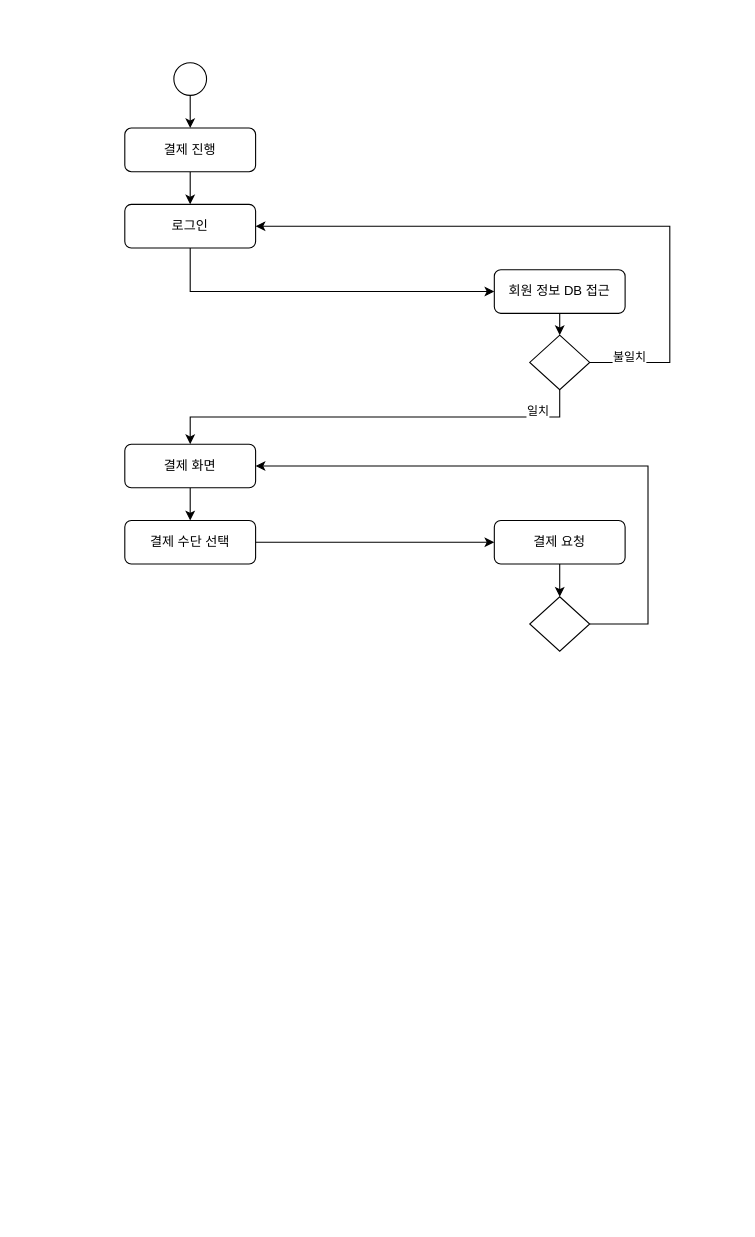
Before: 활동다이어그램-결제.drawio in VegetableKim/-, a draw.io diagram. Source tidied: cells renumbered, new cells numbered last; positions are measured from the earlier drawing's top-left corner, leaving out a move shared by most shapes. Both pictures are drawn from the tidied source at 109%, with x=0, y=0 at pixel (124, 62).
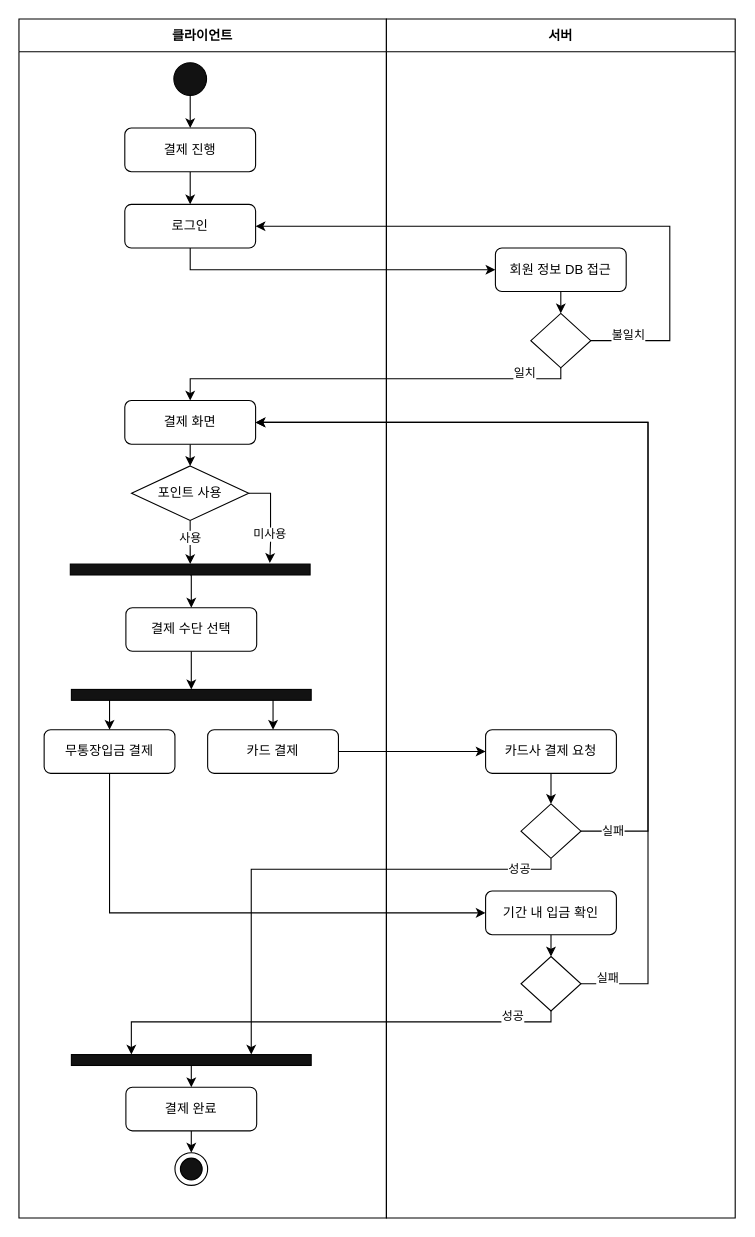
Above is the later version.

Commit message:
활동다이어그램-결제.drawio 업데이트

The change refers to these unchanged cells:
```xml
<mxCell id="7" value="로그인" style="rounded=1;whiteSpace=wrap;html=1;" parent="1" vertex="1">
  <mxGeometry y="130" width="120" height="40" as="geometry" />
</mxCell>
```

Diff of the diagram source:
```diff
@@
-    <mxCell id="3" style="ellipse;whiteSpace=wrap;html=1;" parent="1" vertex="1">
+    <mxCell id="3" style="ellipse;whiteSpace=wrap;html=1;fillColor=#121212;" parent="1" vertex="1">
       <mxGeometry x="45" width="30" height="30" as="geometry" />
     </mxCell>
@@
     <mxCell id="9" value="회원 정보 DB 접근" style="rounded=1;whiteSpace=wrap;html=1;" parent="1" vertex="1">
-      <mxGeometry x="339" y="190" width="120" height="40" as="geometry" />
+      <mxGeometry x="340" y="170" width="120" height="40" as="geometry" />
     </mxCell>
     <mxCell id="10" value="불일치" style="edgeStyle=orthogonalEdgeStyle;rounded=0;jettySize=auto;html=1;exitX=1;exitY=0.5;exitDx=0;exitDy=0;entryX=1;entryY=0.5;entryDx=0;entryDy=0;" parent="1" edge="1" source="12" target="7">
       <mxGeometry x="-0.88" y="5" relative="1" as="geometry">
         <Array as="points">
-          <mxPoint x="500" y="275" />
+          <mxPoint x="500" y="255" />
           <mxPoint x="500" y="150" />
         </Array>
         <mxPoint x="1" as="offset" />
       </mxGeometry>
     </mxCell>
     <mxCell id="11" value="일치" style="edgeStyle=orthogonalEdgeStyle;rounded=0;jettySize=auto;html=1;exitX=0.5;exitY=1;exitDx=0;exitDy=0;entryX=0.5;entryY=0;entryDx=0;entryDy=0;" parent="1" edge="1" source="12" target="14">
-      <mxGeometry x="-0.77" y="-5" relative="1" as="geometry" />
+      <mxGeometry x="-0.77" y="-5" relative="1" as="geometry">
+        <Array as="points">
+          <mxPoint x="400" y="290" />
+          <mxPoint x="60" y="290" />
+        </Array>
+      </mxGeometry>
     </mxCell>
     <mxCell id="12" style="rhombus;whiteSpace=wrap;html=1;" parent="1" vertex="1">
-      <mxGeometry x="371.5" y="250" width="55" height="50" as="geometry" />
+      <mxGeometry x="372.5" y="230" width="55" height="50" as="geometry" />
     </mxCell>
-    <mxCell id="13" style="edgeStyle=orthogonalEdgeStyle;rounded=0;jettySize=auto;html=1;exitX=0.5;exitY=1;exitDx=0;exitDy=0;entryX=0.5;entryY=0;entryDx=0;entryDy=0;" parent="1" edge="1" source="14" target="16">
-      <mxGeometry relative="1" as="geometry" />
-    </mxCell>
+    <mxCell id="21" style="edgeStyle=orthogonalEdgeStyle;rounded=0;jettySize=auto;html=1;exitX=0.5;exitY=1;exitDx=0;exitDy=0;entryX=0.5;entryY=0;entryDx=0;entryDy=0;" parent="1" edge="1" source="14" target="46">
+      <mxGeometry relative="1" as="geometry" />
+    </mxCell>
     <mxCell id="14" value="결제 화면" style="rounded=1;whiteSpace=wrap;html=1;" parent="1" vertex="1">
-      <mxGeometry y="350" width="120" height="40" as="geometry" />
+      <mxGeometry y="310" width="120" height="40" as="geometry" />
     </mxCell>
-    <mxCell id="15" style="edgeStyle=orthogonalEdgeStyle;rounded=0;jettySize=auto;html=1;exitX=1;exitY=0.5;exitDx=0;exitDy=0;entryX=0;entryY=0.5;entryDx=0;entryDy=0;" parent="1" edge="1" source="16" target="18">
-      <mxGeometry relative="1" as="geometry" />
-    </mxCell>
+    <mxCell id="22" style="edgeStyle=orthogonalEdgeStyle;rounded=0;jettySize=auto;html=1;exitX=0.5;exitY=1;exitDx=0;exitDy=0;entryX=0.5;entryY=0;entryDx=0;entryDy=0;" parent="1" edge="1" source="16" target="33">
+      <mxGeometry relative="1" as="geometry" />
+    </mxCell>
     <mxCell id="16" value="결제 수단 선택" style="rounded=1;whiteSpace=wrap;html=1;" parent="1" vertex="1">
-      <mxGeometry y="420" width="120" height="40" as="geometry" />
+      <mxGeometry x="1" y="500" width="120" height="40" as="geometry" />
     </mxCell>
-    <mxCell id="17" style="edgeStyle=orthogonalEdgeStyle;rounded=0;jettySize=auto;html=1;exitX=0.5;exitY=1;exitDx=0;exitDy=0;entryX=0.5;entryY=0;entryDx=0;entryDy=0;" parent="1" edge="1" source="18" target="20">
-      <mxGeometry relative="1" as="geometry" />
-    </mxCell>
+    <mxCell id="23" style="edgeStyle=orthogonalEdgeStyle;rounded=0;jettySize=auto;html=1;exitX=0.5;exitY=1;exitDx=0;exitDy=0;entryX=0.5;entryY=0;entryDx=0;entryDy=0;" parent="1" edge="1" source="18" target="30">
+      <mxGeometry relative="1" as="geometry" />
+    </mxCell>
-    <mxCell id="18" value="결제 요청" style="rounded=1;whiteSpace=wrap;html=1;" parent="1" vertex="1">
-      <mxGeometry x="339" y="420" width="120" height="40" as="geometry" />
+    <mxCell id="18" value="카드사 결제 요청" style="rounded=1;whiteSpace=wrap;html=1;" parent="1" vertex="1">
+      <mxGeometry x="331" y="612" width="120" height="40" as="geometry" />
     </mxCell>
-    <mxCell id="19" style="edgeStyle=orthogonalEdgeStyle;rounded=0;jettySize=auto;html=1;exitX=1;exitY=0.5;exitDx=0;exitDy=0;entryX=1;entryY=0.5;entryDx=0;entryDy=0;" parent="1" edge="1" source="20" target="14">
-      <mxGeometry relative="1" as="geometry">
-        <Array as="points">
-          <mxPoint x="480" y="515" />
-          <mxPoint x="480" y="370" />
-        </Array>
-      </mxGeometry>
-    </mxCell>
-    <mxCell id="20" style="rhombus;whiteSpace=wrap;html=1;" parent="1" vertex="1">
-      <mxGeometry x="371.5" y="490" width="55" height="50" as="geometry" />
-    </mxCell>
+    <mxCell id="24" style="edgeStyle=orthogonalEdgeStyle;rounded=0;jettySize=auto;html=1;exitX=1;exitY=0.5;exitDx=0;exitDy=0;entryX=0;entryY=0.5;entryDx=0;entryDy=0;" parent="1" edge="1" source="25" target="18">
+      <mxGeometry relative="1" as="geometry" />
+    </mxCell>
+    <mxCell id="25" value="카드 결제" style="rounded=1;whiteSpace=wrap;html=1;" parent="1" vertex="1">
+      <mxGeometry x="76" y="612" width="120" height="40" as="geometry" />
+    </mxCell>
+    <mxCell id="26" style="edgeStyle=orthogonalEdgeStyle;rounded=0;jettySize=auto;html=1;exitX=0.5;exitY=1;exitDx=0;exitDy=0;entryX=0;entryY=0.5;entryDx=0;entryDy=0;" parent="1" edge="1" source="27" target="35">
+      <mxGeometry relative="1" as="geometry" />
+    </mxCell>
+    <mxCell id="27" value="무통장입금 결제" style="rounded=1;whiteSpace=wrap;html=1;" parent="1" vertex="1">
+      <mxGeometry x="-74" y="612" width="120" height="40" as="geometry" />
+    </mxCell>
+    <mxCell id="28" value="실패" style="edgeStyle=orthogonalEdgeStyle;rounded=0;jettySize=auto;html=1;exitX=1;exitY=0.5;exitDx=0;exitDy=0;entryX=1;entryY=0.5;entryDx=0;entryDy=0;" parent="1" edge="1" source="30" target="14">
+      <mxGeometry x="-0.93" relative="1" as="geometry">
+        <Array as="points">
+          <mxPoint x="480" y="705" />
+          <mxPoint x="480" y="330" />
+        </Array>
+        <mxPoint x="1" as="offset" />
+      </mxGeometry>
+    </mxCell>
+    <mxCell id="29" value="성공" style="edgeStyle=orthogonalEdgeStyle;rounded=0;jettySize=auto;html=1;exitX=0.5;exitY=1;exitDx=0;exitDy=0;entryX=0.75;entryY=0;entryDx=0;entryDy=0;" parent="1" edge="1" source="30" target="37">
+      <mxGeometry x="-0.83" relative="1" as="geometry">
+        <Array as="points">
+          <mxPoint x="391" y="740" />
+          <mxPoint x="116" y="740" />
+        </Array>
+      </mxGeometry>
+    </mxCell>
+    <mxCell id="30" style="rhombus;whiteSpace=wrap;html=1;" parent="1" vertex="1">
+      <mxGeometry x="363.5" y="680" width="55" height="50" as="geometry" />
+    </mxCell>
+    <mxCell id="31" style="edgeStyle=orthogonalEdgeStyle;rounded=0;jettySize=auto;html=1;exitX=0.25;exitY=1;exitDx=0;exitDy=0;entryX=0.5;entryY=0;entryDx=0;entryDy=0;" parent="1" edge="1" target="27">
+      <mxGeometry relative="1" as="geometry">
+        <mxPoint x="6" y="577" as="sourcePoint" />
+        <Array as="points">
+          <mxPoint x="-14" y="577" />
+        </Array>
+      </mxGeometry>
+    </mxCell>
+    <mxCell id="32" style="edgeStyle=orthogonalEdgeStyle;rounded=0;jettySize=auto;html=1;exitX=0.75;exitY=1;exitDx=0;exitDy=0;entryX=0.5;entryY=0;entryDx=0;entryDy=0;" parent="1" edge="1" target="25">
+      <mxGeometry relative="1" as="geometry">
+        <mxPoint x="116" y="577" as="sourcePoint" />
+        <Array as="points">
+          <mxPoint x="136" y="577" />
+        </Array>
+      </mxGeometry>
+    </mxCell>
+    <mxCell id="33" style="rounded=0;whiteSpace=wrap;html=1;fillColor=#121212;" parent="1" vertex="1">
+      <mxGeometry x="-49" y="575" width="220" height="10" as="geometry" />
+    </mxCell>
+    <mxCell id="34" style="edgeStyle=orthogonalEdgeStyle;rounded=0;jettySize=auto;html=1;exitX=0.5;exitY=1;exitDx=0;exitDy=0;entryX=0.5;entryY=0;entryDx=0;entryDy=0;" parent="1" edge="1" source="35" target="40">
+      <mxGeometry relative="1" as="geometry" />
+    </mxCell>
+    <mxCell id="35" value="기간 내 입금 확인" style="rounded=1;whiteSpace=wrap;html=1;" parent="1" vertex="1">
+      <mxGeometry x="331" y="760" width="120" height="40" as="geometry" />
+    </mxCell>
+    <mxCell id="36" style="edgeStyle=orthogonalEdgeStyle;rounded=0;jettySize=auto;html=1;exitX=0.5;exitY=1;exitDx=0;exitDy=0;entryX=0.5;entryY=0;entryDx=0;entryDy=0;" parent="1" edge="1" source="37" target="42">
+      <mxGeometry relative="1" as="geometry" />
+    </mxCell>
+    <mxCell id="37" style="rounded=0;whiteSpace=wrap;html=1;fillColor=#121212;" parent="1" vertex="1">
+      <mxGeometry x="-49" y="910" width="220" height="10" as="geometry" />
+    </mxCell>
+    <mxCell id="38" value="실패" style="edgeStyle=orthogonalEdgeStyle;rounded=0;jettySize=auto;html=1;exitX=1;exitY=0.5;exitDx=0;exitDy=0;entryX=1;entryY=0.5;entryDx=0;entryDy=0;" parent="1" edge="1" source="40" target="14">
+      <mxGeometry x="-0.95" y="5" relative="1" as="geometry">
+        <Array as="points">
+          <mxPoint x="480" y="845" />
+          <mxPoint x="480" y="330" />
+        </Array>
+        <mxPoint x="1" as="offset" />
+      </mxGeometry>
+    </mxCell>
+    <mxCell id="39" value="성공" style="edgeStyle=orthogonalEdgeStyle;rounded=0;jettySize=auto;html=1;exitX=0.5;exitY=1;exitDx=0;exitDy=0;entryX=0.25;entryY=0;entryDx=0;entryDy=0;" parent="1" edge="1" source="40" target="37">
+      <mxGeometry x="-0.79" y="-5" relative="1" as="geometry">
+        <Array as="points">
+          <mxPoint x="391" y="880" />
+          <mxPoint x="6" y="880" />
+        </Array>
+      </mxGeometry>
+    </mxCell>
+    <mxCell id="40" style="rhombus;whiteSpace=wrap;html=1;" parent="1" vertex="1">
+      <mxGeometry x="363.5" y="820" width="55" height="50" as="geometry" />
+    </mxCell>
+    <mxCell id="41" style="edgeStyle=orthogonalEdgeStyle;rounded=0;jettySize=auto;html=1;exitX=0.5;exitY=1;exitDx=0;exitDy=0;entryX=0.5;entryY=0;entryDx=0;entryDy=0;" parent="1" edge="1" source="42" target="43">
+      <mxGeometry relative="1" as="geometry" />
+    </mxCell>
+    <mxCell id="42" value="결제 완료" style="rounded=1;whiteSpace=wrap;html=1;" parent="1" vertex="1">
+      <mxGeometry x="1" y="940" width="120" height="40" as="geometry" />
+    </mxCell>
+    <mxCell id="43" style="ellipse;whiteSpace=wrap;html=1;" parent="1" vertex="1">
+      <mxGeometry x="46" y="1000" width="30" height="30" as="geometry" />
+    </mxCell>
+    <mxCell id="44" style="ellipse;whiteSpace=wrap;html=1;fillColor=#121212;" parent="1" vertex="1">
+      <mxGeometry x="51" y="1005" width="20" height="20" as="geometry" />
+    </mxCell>
+    <mxCell id="45" value="사용" style="edgeStyle=orthogonalEdgeStyle;rounded=0;jettySize=auto;html=1;exitX=0.5;exitY=1;exitDx=0;exitDy=0;entryX=0.5;entryY=0;entryDx=0;entryDy=0;" parent="1" edge="1" source="46" target="48">
+      <mxGeometry x="-0.2" relative="1" as="geometry" />
+    </mxCell>
+    <mxCell id="46" value="포인트 사용" style="rhombus;whiteSpace=wrap;html=1;" parent="1" vertex="1">
+      <mxGeometry x="6.2" y="370" width="107.5" height="50" as="geometry" />
+    </mxCell>
+    <mxCell id="47" style="edgeStyle=orthogonalEdgeStyle;rounded=0;jettySize=auto;html=1;exitX=0.5;exitY=1;exitDx=0;exitDy=0;entryX=0.5;entryY=0;entryDx=0;entryDy=0;" parent="1" edge="1" source="48" target="16">
+      <mxGeometry relative="1" as="geometry" />
+    </mxCell>
+    <mxCell id="48" style="rounded=0;whiteSpace=wrap;html=1;fillColor=#121212;" parent="1" vertex="1">
+      <mxGeometry x="-50" y="460" width="220" height="10" as="geometry" />
+    </mxCell>
+    <mxCell id="49" value="미사용" style="edgeStyle=orthogonalEdgeStyle;rounded=0;jettySize=auto;html=1;exitX=1;exitY=0.5;exitDx=0;exitDy=0;entryX=0.832;entryY=-0.1;entryDx=0;entryDy=0;entryPerimeter=0;" parent="1" edge="1" source="46" target="48">
+      <mxGeometry x="0.37" y="-1" relative="1" as="geometry" />
+    </mxCell>
+    <mxCell id="50" value="클라이언트" style="swimlane;startSize=30;" parent="1" vertex="1">
+      <mxGeometry x="-97.1" y="-40" width="337.1" height="1100" as="geometry" />
+    </mxCell>
+    <mxCell id="51" value="서버" style="swimlane;startSize=30;" parent="1" vertex="1">
+      <mxGeometry x="240" y="-40" width="320" height="1100" as="geometry" />
+    </mxCell>
```
